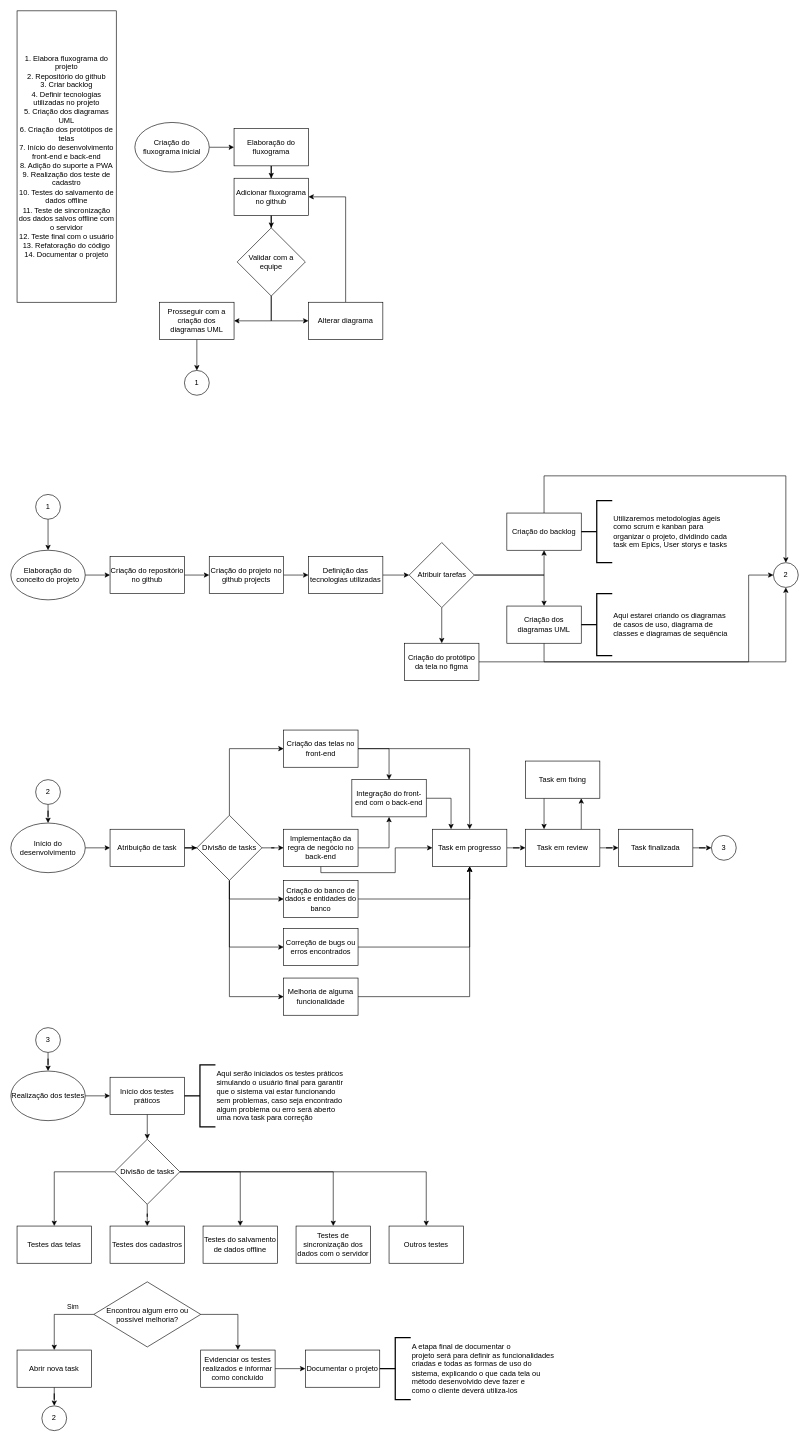
The draw.io diagram Fluxo do projeto.drawio in Fconeto/P.I-3, before the edit. Source tidied: cells renumbered, new cells numbered last; positions are measured from the earlier drawing's top-left corner, leaving out a move shared by most shapes. Both pictures are drawn from the tidied source at 62%, with x=0, y=0 at pixel (11, 11).
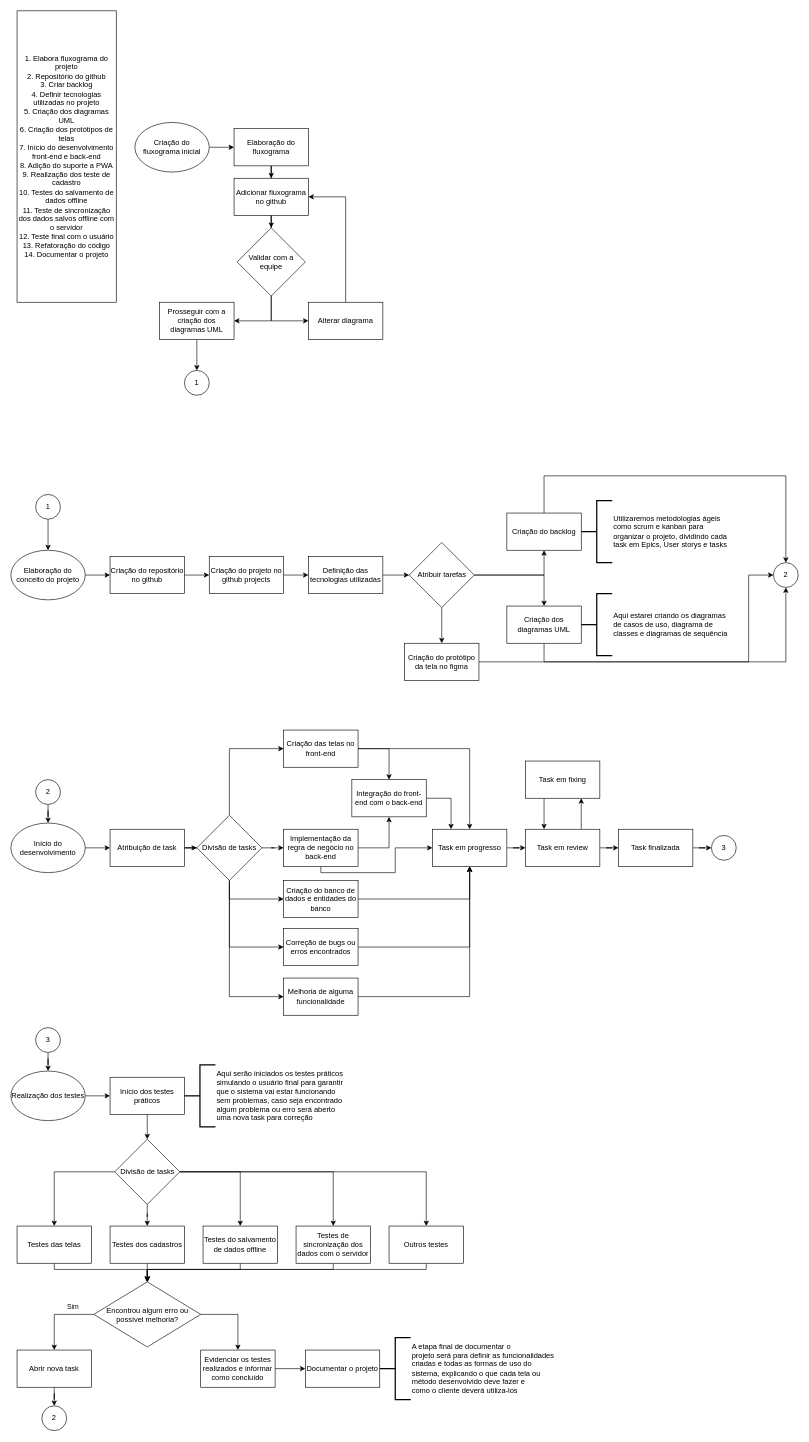
After the change.

The change refers to these unchanged cells:
```xml
<mxCell id="86" value="Testes das telas" style="rounded=0;whiteSpace=wrap;html=1;" parent="1" vertex="1">
  <mxGeometry x="10" y="1960" width="120" height="60" as="geometry" />
</mxCell>
<mxCell id="87" value="Testes dos cadastros" style="rounded=0;whiteSpace=wrap;html=1;" parent="1" vertex="1">
  <mxGeometry x="160" y="1960" width="120" height="60" as="geometry" />
</mxCell>
<mxCell id="88" value="Testes do salvamento de dados offline" style="rounded=0;whiteSpace=wrap;html=1;" parent="1" vertex="1">
  <mxGeometry x="310" y="1960" width="120" height="60" as="geometry" />
</mxCell>
<mxCell id="89" value="Testes de sincronização dos dados com o servidor" style="rounded=0;whiteSpace=wrap;html=1;" parent="1" vertex="1">
  <mxGeometry x="460" y="1960" width="120" height="60" as="geometry" />
</mxCell>
<mxCell id="90" value="Outros testes" style="rounded=0;whiteSpace=wrap;html=1;" parent="1" vertex="1">
  <mxGeometry x="610" y="1960" width="120" height="60" as="geometry" />
</mxCell>
<mxCell id="94" value="Encontrou algum erro ou possível melhoria?" style="rhombus;whiteSpace=wrap;html=1;" parent="1" vertex="1">
  <mxGeometry x="133.8" y="2050" width="172.5" height="105" as="geometry" />
</mxCell>
```

The edit, as a diff of the source:
```diff
@@
+    <mxCell id="106" style="edgeStyle=orthogonalEdgeStyle;rounded=0;jettySize=auto;html=1;" parent="1" edge="1" source="86" target="94">
+      <mxGeometry relative="1" as="geometry">
+        <Array as="points">
+          <mxPoint x="70" y="2030" />
+          <mxPoint x="220" y="2030" />
+        </Array>
+      </mxGeometry>
+    </mxCell>
@@
+    <mxCell id="107" style="edgeStyle=orthogonalEdgeStyle;rounded=0;jettySize=auto;html=1;" parent="1" edge="1" source="87" target="94">
+      <mxGeometry relative="1" as="geometry" />
+    </mxCell>
@@
+    <mxCell id="108" style="edgeStyle=orthogonalEdgeStyle;rounded=0;jettySize=auto;html=1;entryX=0.5;entryY=0;entryDx=0;entryDy=0;" parent="1" edge="1" source="88" target="94">
+      <mxGeometry relative="1" as="geometry">
+        <Array as="points">
+          <mxPoint x="370" y="2030" />
+          <mxPoint x="220" y="2030" />
+        </Array>
+      </mxGeometry>
+    </mxCell>
@@
+    <mxCell id="109" style="edgeStyle=orthogonalEdgeStyle;rounded=0;jettySize=auto;html=1;" parent="1" edge="1" source="89" target="94">
+      <mxGeometry relative="1" as="geometry">
+        <Array as="points">
+          <mxPoint x="520" y="2030" />
+          <mxPoint x="220" y="2030" />
+        </Array>
+      </mxGeometry>
+    </mxCell>
@@
+    <mxCell id="110" style="edgeStyle=orthogonalEdgeStyle;rounded=0;jettySize=auto;html=1;" parent="1" edge="1" source="90" target="94">
+      <mxGeometry relative="1" as="geometry">
+        <Array as="points">
+          <mxPoint x="670" y="2030" />
+          <mxPoint x="220" y="2030" />
+        </Array>
+      </mxGeometry>
+    </mxCell>
```
